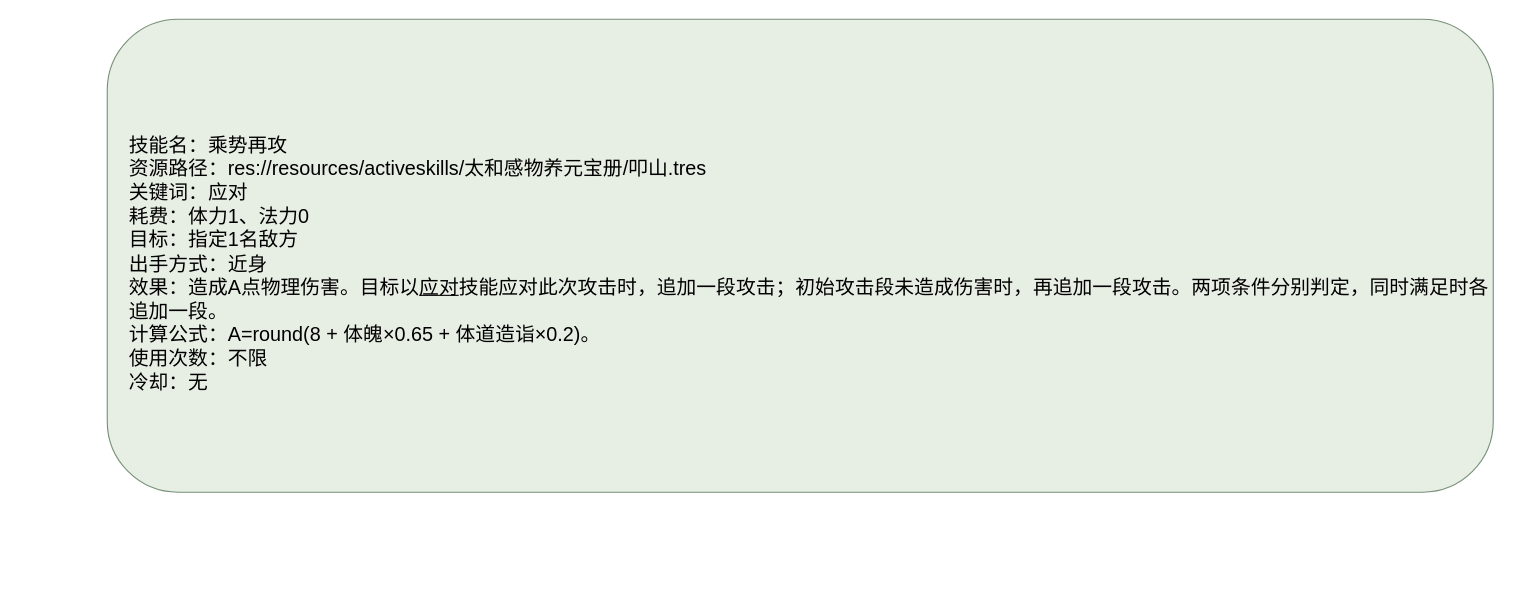
Earlier version of the draw.io diagram page "乘势再攻" (1 of 2) of docs/卡牌词典/秘籍技能/太和感物养元宝册/乘势再攻.drawio (ankundanetracyc-spec/tian-guan-you-du). Source tidied: cells renumbered, new cells numbered last; positions are measured from the earlier drawing's top-left corner, leaving out a move shared by most shapes. Both pictures are drawn from the tidied source at 110%, with x=0, y=0 at pixel (107, 19).
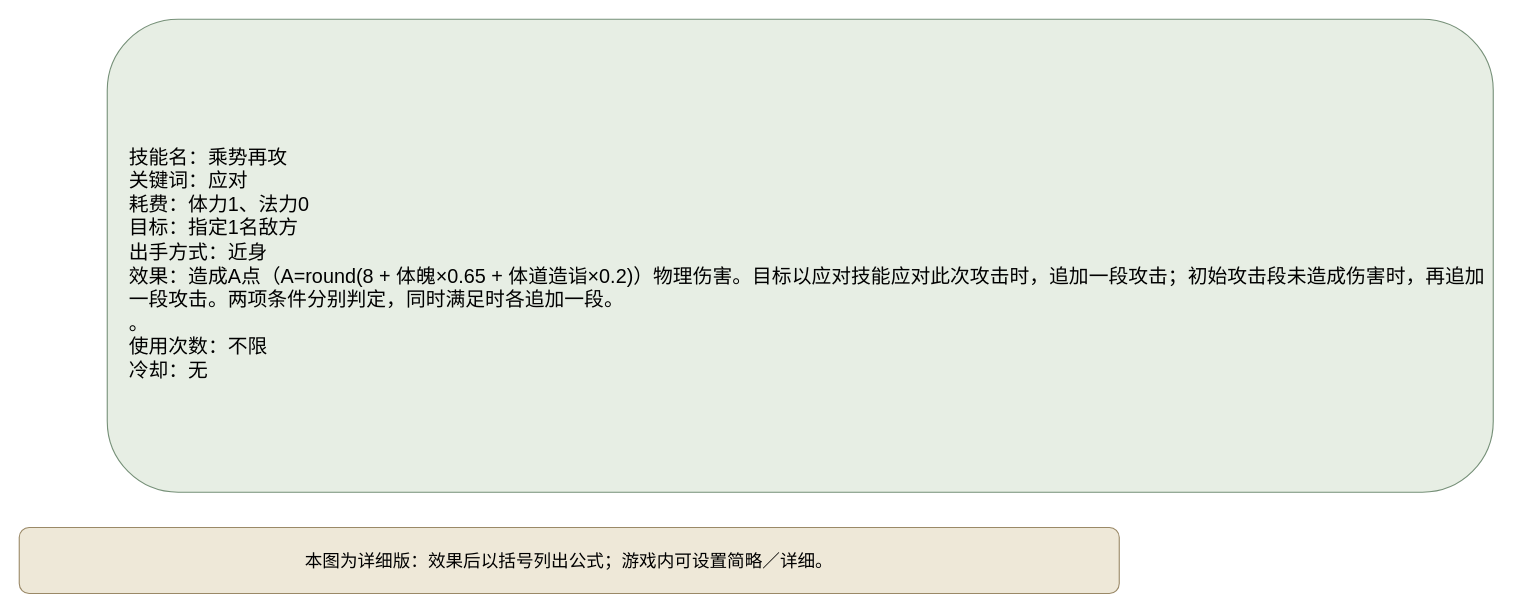
After the change.

What changed in the source:
```diff
@@
 <mxGraphModel>
   <root>
     <mxCell id="0" />
     <mxCell id="1" parent="0" />
-    <mxCell id="2" value="&lt;div style=&quot;text-align:left;&quot;&gt;技能名：乘势再攻&lt;br&gt;资源路径：res://resources/activeskills/太和感物养元宝册/叩山.tres&lt;br&gt;关键词：应对&lt;br&gt;耗费：体力1、法力0&lt;br&gt;目标：指定1名敌方&lt;br&gt;出手方式：近身&lt;br&gt;效果：造成A点物理伤害。目标以&lt;u&gt;应对&lt;/u&gt;技能应对此次攻击时，追加一段攻击；初始攻击段未造成伤害时，再追加一段攻击。两项条件分别判定，同时满足时各追加一段。&lt;br&gt;计算公式：A=round(8 + 体魄×0.65 + 体道造诣×0.2)。&lt;br&gt;使用次数：不限&lt;br&gt;冷却：无&lt;/div&gt;" style="rounded=1;whiteSpace=wrap;html=1;fillColor=#e7eee4;strokeColor=#769078;fontSize=18;align=left;spacingLeft=18;spacingTop=16;" parent="1" vertex="1">
+    <mxCell id="2" value="技能名：乘势再攻&#10;关键词：应对&#10;耗费：体力1、法力0&#10;目标：指定1名敌方&#10;出手方式：近身&#10;效果：造成A点（A=round(8 + 体魄×0.65 + 体道造诣×0.2)）物理伤害。目标以应对技能应对此次攻击时，追加一段攻击；初始攻击段未造成伤害时，再追加一段攻击。两项条件分别判定，同时满足时各追加一段。&#10;。&#10;使用次数：不限&#10;冷却：无" style="rounded=1;whiteSpace=wrap;html=1;fillColor=#e7eee4;strokeColor=#769078;fontSize=18;align=left;spacingLeft=18;spacingTop=16;" parent="1" vertex="1">
       <mxGeometry width="1260" height="430" as="geometry" />
     </mxCell>
+    <mxCell id="3" value="本图为详细版：效果后以括号列出公式；游戏内可设置简略／详细。" style="rounded=1;whiteSpace=wrap;html=1;fillColor=#eee8d8;strokeColor=#9a8967;fontSize=16;" parent="1" vertex="1">
+      <mxGeometry x="-80" y="462" width="1000" height="60" as="geometry" />
+    </mxCell>
   </root>
 </mxGraphModel>
```
